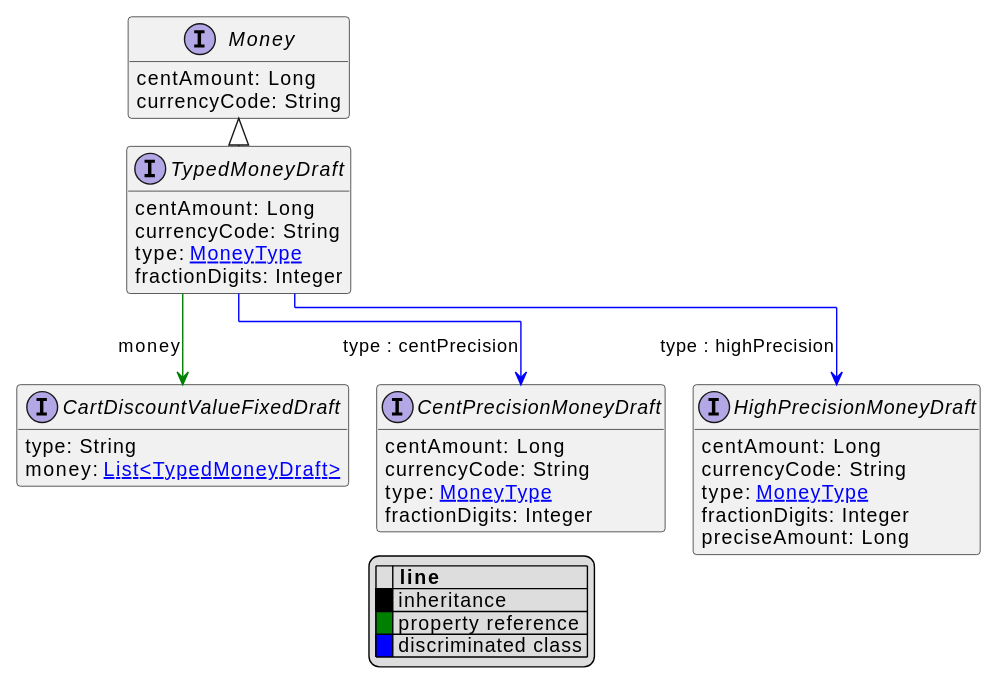
This is uml/api/svg/TypedMoneyDraft.svg from commercetools/commercetools-api-reference, a PlantUML export, as it was before one commit.
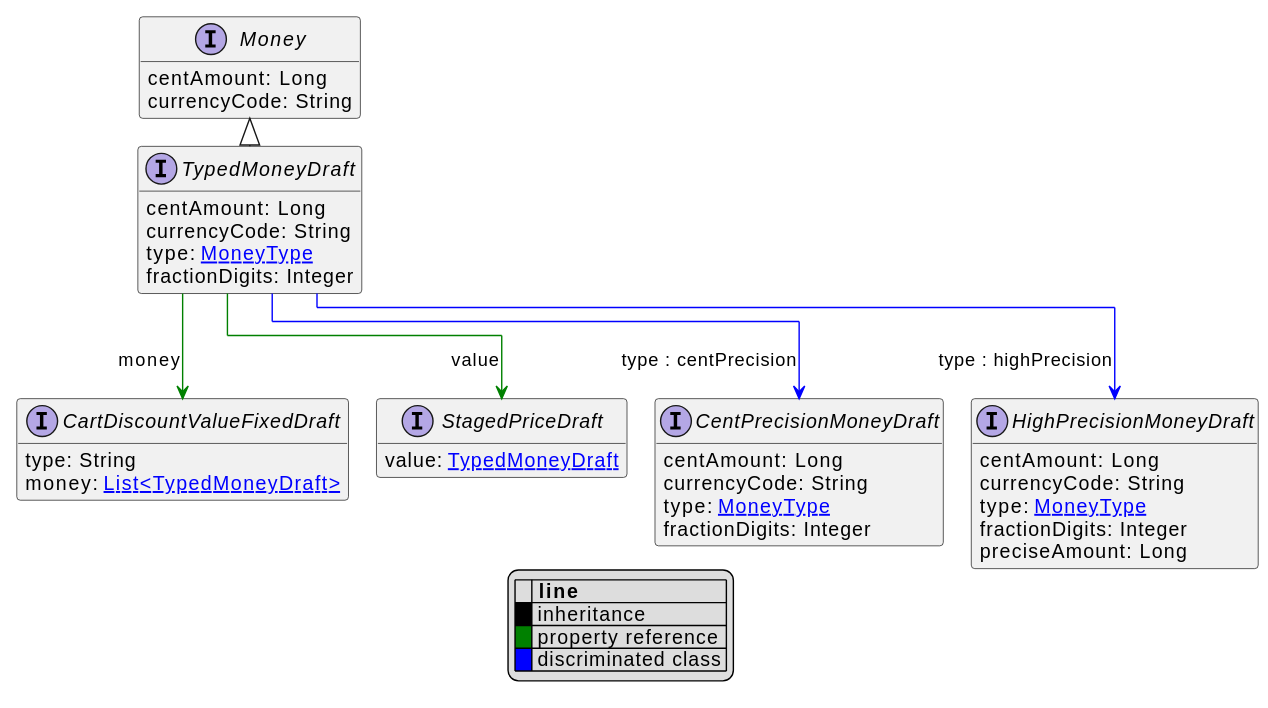
Later version of the same file.

What changed in the source:
```diff
@@ -36,7 +36,11 @@
     type: String
     money: [[TypedMoneyDraft.svg List<TypedMoneyDraft>]]
 }
+interface StagedPriceDraft [[StagedPriceDraft.svg]]  {
+    value: [[TypedMoneyDraft.svg TypedMoneyDraft]]
+}
 TypedMoneyDraft --> CentPrecisionMoneyDraft #blue;text:blue : "type : centPrecision"
 TypedMoneyDraft --> HighPrecisionMoneyDraft #blue;text:blue : "type : highPrecision"
 TypedMoneyDraft --> CartDiscountValueFixedDraft #green;text:green : "money"
+TypedMoneyDraft --> StagedPriceDraft #green;text:green : "value"
 @enduml
```
